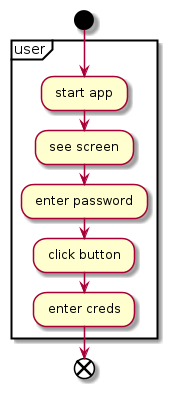
Before: activity.png, a diagram exported from PlantUML (vladivashchenko/nl-to-uml-demo). Its diagram source:
```plantuml
@startuml
start
partition user {
: start app ;
: see screen ;
: enter password ;
: click button ;
: enter creds ;
}
end
@enduml
```
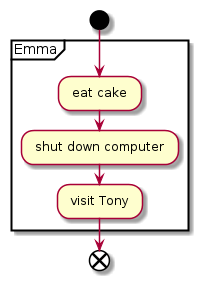
Later version of the same file.

What changed in the source:
```diff
@@ -1,11 +1,9 @@
 @startuml
 start
-partition user {
-: start app ;
-: see screen ;
-: enter password ;
-: click button ;
-: enter creds ;
+partition Emma {
+: eat cake ;
+: shut down computer ;
+: visit Tony ;
 }
 end
 @enduml
```
